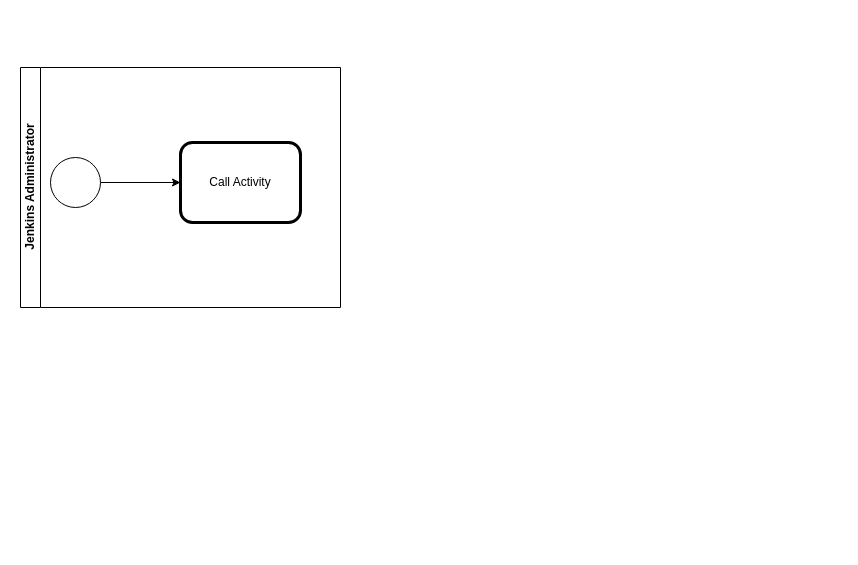
This is doc/BPMN-Cenario_CI-Jenkins-Git_DEV-Java.drawio from josemarsilva/devops-labs, a draw.io file, before an edit. Source tidied: cells renumbered, new cells numbered last; positions are measured from the earlier drawing's top-left corner, leaving out a move shared by most shapes. Both pictures are drawn from the tidied source at 100%, with x=0, y=0 at pixel (20, 67).
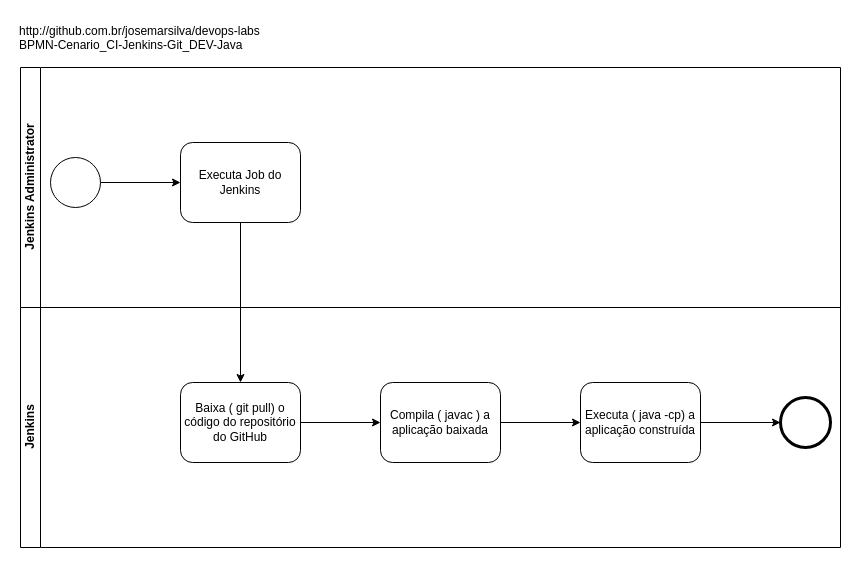
After the change.

Change to the diagram source:
```diff
@@
 <mxGraphModel>
   <root>
     <mxCell id="0" />
     <mxCell id="1" parent="0" />
     <mxCell id="2" value="Jenkins Administrator" style="swimlane;html=1;horizontal=0;startSize=20;" parent="1" vertex="1">
-      <mxGeometry width="320" height="240" as="geometry" />
+      <mxGeometry width="820" height="240" as="geometry" />
     </mxCell>
-    <mxCell id="3" style="edgeStyle=orthogonalEdgeStyle;rounded=0;jettySize=auto;html=1;entryX=0;entryY=0.5;entryDx=0;entryDy=0;" parent="2" edge="1" source="4" target="5">
+    <mxCell id="3" style="edgeStyle=orthogonalEdgeStyle;rounded=0;jettySize=auto;html=1;entryX=0;entryY=0.5;entryDx=0;entryDy=0;" parent="2" edge="1" source="4" target="6">
       <mxGeometry relative="1" as="geometry" />
     </mxCell>
     <mxCell id="4" style="shape=mxgraph.bpmn.shape;html=1;verticalLabelPosition=bottom;labelBackgroundColor=#ffffff;verticalAlign=top;align=center;perimeter=ellipsePerimeter;outlineConnect=0;outline=standard;symbol=general;" parent="2" vertex="1">
       <mxGeometry x="30" y="90" width="50" height="50" as="geometry" />
     </mxCell>
-    <mxCell id="5" value="Call Activity" style="shape=ext;rounded=1;html=1;whiteSpace=wrap;strokeWidth=3;" parent="2" vertex="1">
-      <mxGeometry x="160" y="75" width="120" height="80" as="geometry" />
-    </mxCell>
+    <mxCell id="6" value="Executa Job do Jenkins" style="shape=ext;rounded=1;html=1;whiteSpace=wrap;" parent="2" vertex="1">
+      <mxGeometry x="160" y="75" width="120" height="80" as="geometry" />
+    </mxCell>
+    <mxCell id="7" value="&lt;div style=&quot;text-align: left&quot;&gt;http://github.com.br/josemarsilva/devops-labs&lt;/div&gt;BPMN-Cenario_CI-Jenkins-Git_DEV-Java" style="text;html=1;align=left;verticalAlign=top;fillColor=none;strokeColor=none;rounded=0;" parent="1" vertex="1">
+      <mxGeometry x="-3" y="-50" width="260" height="30" as="geometry" />
+    </mxCell>
+    <mxCell id="8" value="Jenkins" style="swimlane;html=1;horizontal=0;startSize=20;" parent="1" vertex="1">
+      <mxGeometry y="240" width="820" height="240" as="geometry" />
+    </mxCell>
+    <mxCell id="9" style="edgeStyle=orthogonalEdgeStyle;rounded=0;jettySize=auto;html=1;" parent="8" edge="1" source="10" target="12">
+      <mxGeometry relative="1" as="geometry" />
+    </mxCell>
+    <mxCell id="10" value="Baixa ( git pull) o código do repositório do GitHub" style="shape=ext;rounded=1;html=1;whiteSpace=wrap;" parent="8" vertex="1">
+      <mxGeometry x="160" y="75" width="120" height="80" as="geometry" />
+    </mxCell>
+    <mxCell id="11" style="edgeStyle=orthogonalEdgeStyle;rounded=0;jettySize=auto;html=1;" parent="8" edge="1" source="12" target="13">
+      <mxGeometry relative="1" as="geometry" />
+    </mxCell>
+    <mxCell id="12" value="Compila ( javac ) a aplicação baixada" style="shape=ext;rounded=1;html=1;whiteSpace=wrap;" parent="8" vertex="1">
+      <mxGeometry x="360" y="75" width="120" height="80" as="geometry" />
+    </mxCell>
+    <mxCell id="13" value="Executa ( java -cp) a aplicação construída" style="shape=ext;rounded=1;html=1;whiteSpace=wrap;" parent="8" vertex="1">
+      <mxGeometry x="560" y="75" width="120" height="80" as="geometry" />
+    </mxCell>
+    <mxCell id="14" style="edgeStyle=orthogonalEdgeStyle;rounded=0;jettySize=auto;html=1;" parent="1" edge="1" source="6" target="10">
+      <mxGeometry relative="1" as="geometry" />
+    </mxCell>
+    <mxCell id="15" style="shape=mxgraph.bpmn.shape;html=1;verticalLabelPosition=bottom;labelBackgroundColor=#ffffff;verticalAlign=top;align=center;perimeter=ellipsePerimeter;outlineConnect=0;outline=end;symbol=general;" parent="1" vertex="1">
+      <mxGeometry x="760" y="330" width="50" height="50" as="geometry" />
+    </mxCell>
+    <mxCell id="16" style="edgeStyle=orthogonalEdgeStyle;rounded=0;jettySize=auto;html=1;entryX=0;entryY=0.5;entryDx=0;entryDy=0;" parent="1" edge="1" source="13" target="15">
+      <mxGeometry relative="1" as="geometry" />
+    </mxCell>
   </root>
 </mxGraphModel>
```
